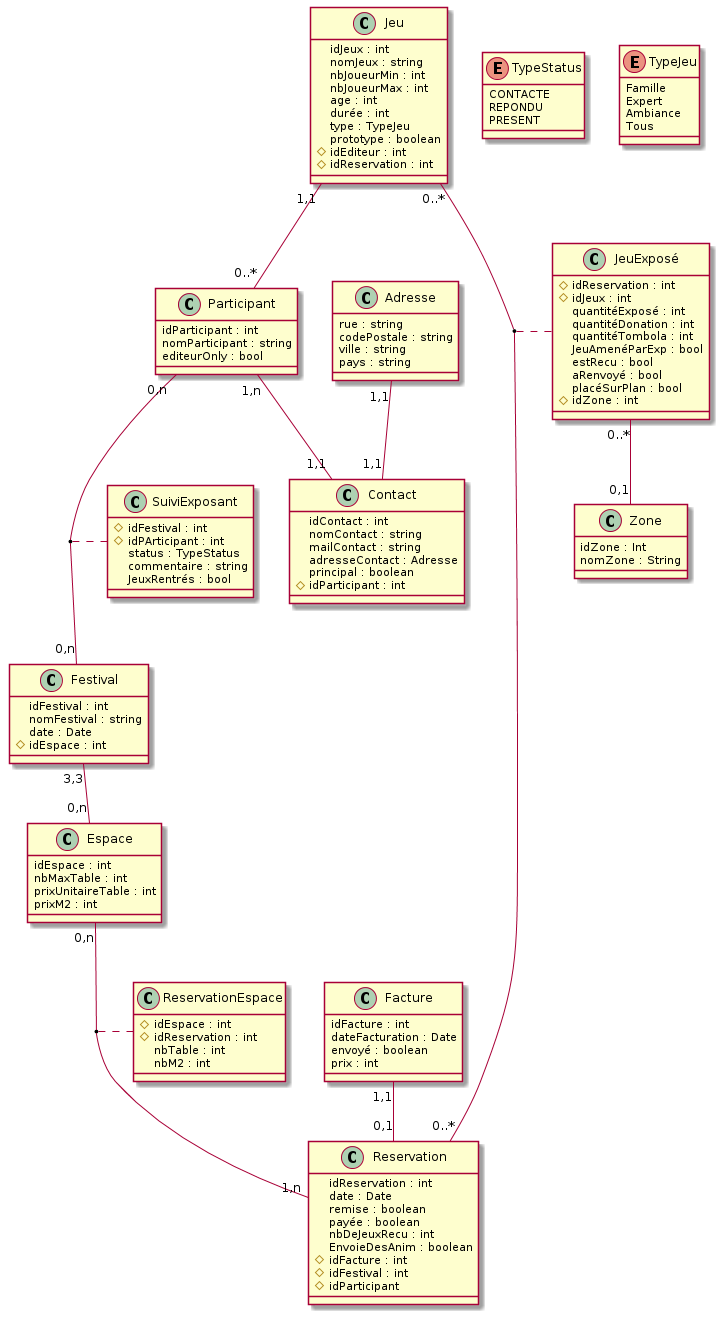
Before: documentation/database/class_diagram.png, a diagram exported from PlantUML (AyoubMoujane/awi-web-front). The source it was exported from:
```plantuml
@startuml
class Zone {
  idZone : Int
  nomZone : String
}

class JeuExposé {
   #idReservation : int
   #idJeux : int
   quantitéExposé : int
   quantitéDonation : int
   quantitéTombola : int
   JeuAmenéParExp : bool
   estRecu : bool
   aRenvoyé : bool
   placéSurPlan : bool
   #idZone : int

}

class Facture {
    idFacture : int
    dateFacturation : Date
    envoyé : boolean
    prix : int
}

class Reservation {
    idReservation : int
    date : Date
    remise : boolean
    payée : boolean
    nbDeJeuxRecu : int
    EnvoieDesAnim : boolean
    #idFacture : int
    #idFestival : int
    #idParticipant
}

class ReservationEspace {
    #idEspace : int
    #idReservation : int
    nbTable : int
    nbM2 : int
}

class Espace {
    idEspace : int
    nbMaxTable : int
    prixUnitaireTable : int
    prixM2 : int

}

class Festival {
    idFestival : int
    nomFestival : string
    date : Date
    #idEspace : int
}

class Participant {
    idParticipant : int
    nomParticipant : string
    editeurOnly : bool
}

class Jeu {
    idJeux : int
    nomJeux : string
    nbJoueurMin : int
    nbJoueurMax : int
    age : int
    durée : int
    type : TypeJeu
    prototype : boolean
    #idEditeur : int
    #idReservation : int
}

class Contact {
    idContact : int
    nomContact : string
    mailContact : string
    adresseContact : Adresse
    principal : boolean
    #idParticipant : int
}

class Adresse {
    rue : string
    codePostale : string
    ville : string
    pays : string
}

class SuiviExposant {
    #idFestival : int
    #idPArticipant : int
    status : TypeStatus
    commentaire : string
    JeuxRentrés : bool
}

enum TypeStatus {
    CONTACTE
    REPONDU
    PRESENT
}

enum TypeJeu {
    Famille
    Expert
    Ambiance
    Tous
}

JeuExposé "0..*" -- "0,1" Zone
Jeu "0..*" -- "0..*" Reservation
(Jeu, Reservation) . JeuExposé
Jeu "1,1" -- "0..*" Participant
Participant "0,n" -- "0,n" Festival
(Participant, Festival) . SuiviExposant
Festival "3,3" -- "0,n" Espace
Espace "0,n" -- "1,n" Reservation
(Espace, Reservation) . ReservationEspace

Adresse "1,1" -- "1,1" Contact
Facture "1,1" -- "0,1" Reservation
Participant "1,n" -- "1,1" Contact
@enduml
```
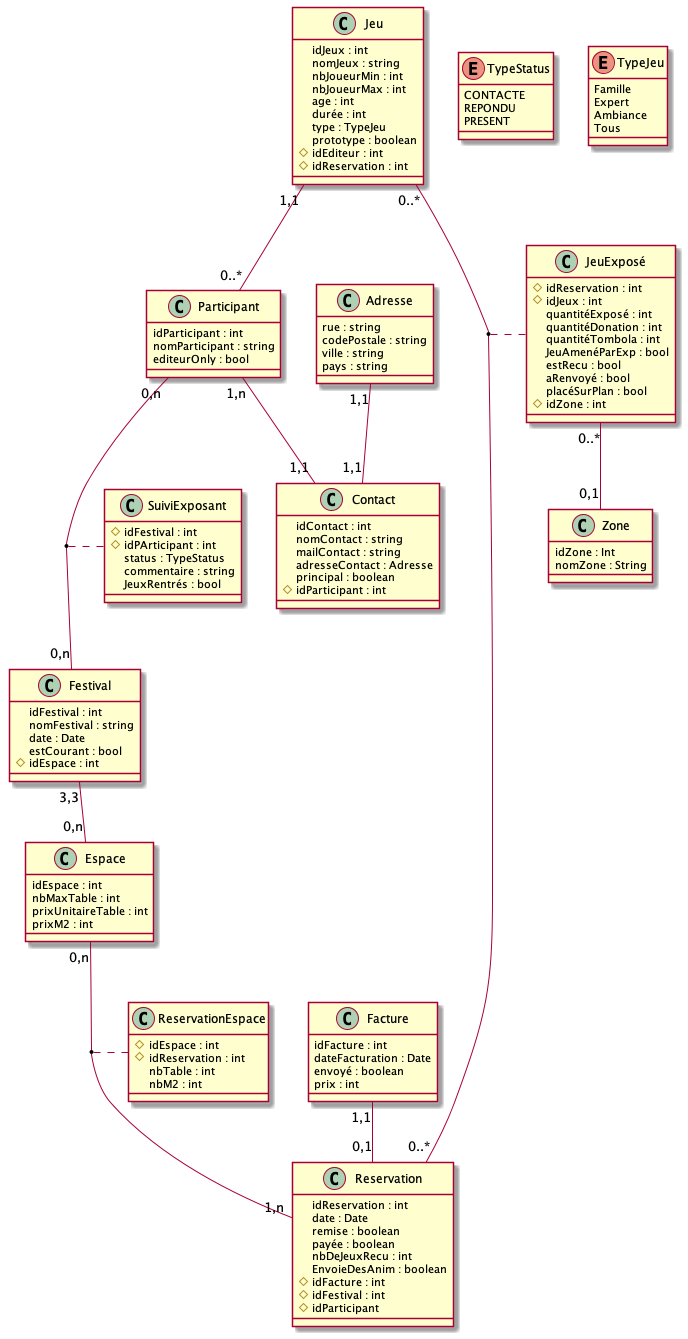
After the commit.

Diff of the diagram source:
```diff
@@ -1,4 +1,5 @@
-@startuml
+@startuml festival
+
 class Zone {
   idZone : Int
   nomZone : String
@@ -56,6 +57,7 @@
     idFestival : int
     nomFestival : string
     date : Date
+    estCourant : bool
     #idEspace : int
 }
 
@@ -128,4 +130,13 @@
 Adresse "1,1" -- "1,1" Contact
 Facture "1,1" -- "0,1" Reservation
 Participant "1,n" -- "1,1" Contact
+
+
+
+
+
+
+
+
+
 @enduml
```
